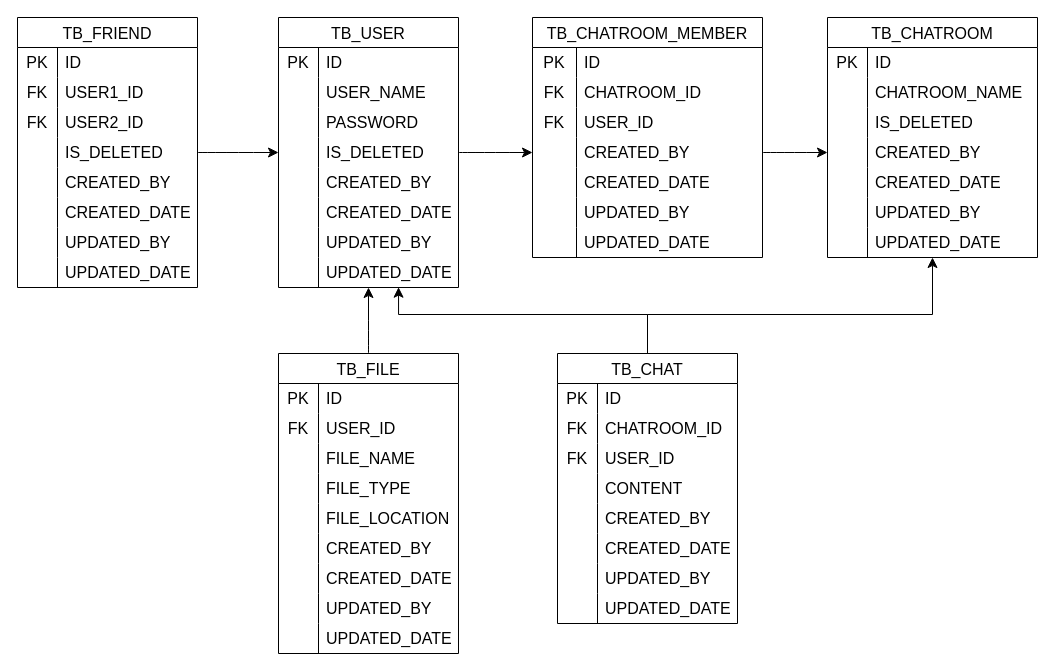
Before: chatteer_db.drawio in chatteer/docs, a draw.io diagram. Source tidied: cells renumbered, new cells numbered last; positions are measured from the earlier drawing's top-left corner, leaving out a move shared by most shapes. Both pictures are drawn from the tidied source at 100%, with x=0, y=0 at pixel (17, 17).
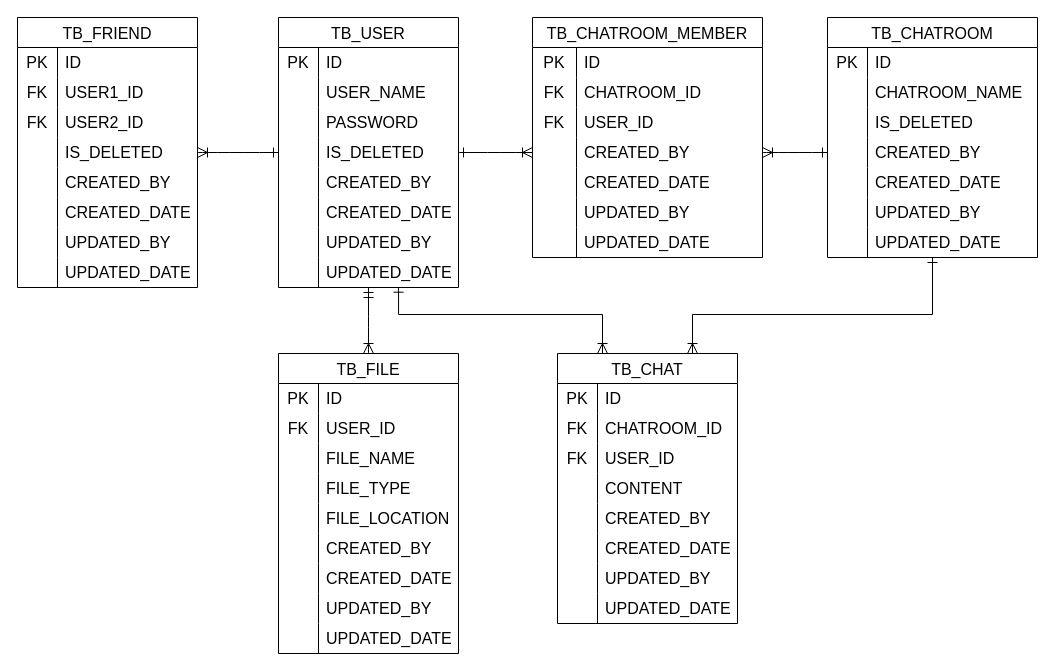
The same diagram, later.

The change refers to these unchanged cells:
```xml
<mxCell id="12" style="shape=tableRow;horizontal=0;startSize=0;swimlaneHead=0;swimlaneBody=0;top=0;left=0;bottom=0;right=0;fillColor=none;points=[[0,0.5],[1,0.5]];portConstraint=eastwest;strokeColor=inherit;fontSize=16;" parent="2" vertex="1">
  <mxGeometry y="120" width="180" height="30" as="geometry" />
</mxCell>
<mxCell id="24" style="shape=tableRow;horizontal=0;startSize=0;swimlaneHead=0;swimlaneBody=0;top=0;left=0;bottom=0;right=0;fillColor=none;points=[[0,0.5],[1,0.5]];portConstraint=eastwest;strokeColor=inherit;fontSize=16;" parent="2" vertex="1">
  <mxGeometry y="240" width="180" height="30" as="geometry" />
</mxCell>
<mxCell id="37" style="shape=tableRow;horizontal=0;startSize=0;swimlaneHead=0;swimlaneBody=0;top=0;left=0;bottom=0;right=0;fillColor=none;points=[[0,0.5],[1,0.5]];portConstraint=eastwest;strokeColor=inherit;fontSize=16;" parent="27" vertex="1">
  <mxGeometry y="120" width="180" height="30" as="geometry" />
</mxCell>
<mxCell id="52" value="TB_CHATROOM" style="shape=table;startSize=30;childLayout=tableLayout;rowLines=0;fontStyle=0;strokeColor=default;fontSize=16;" parent="1" vertex="1">
  <mxGeometry x="810" width="210" height="240" as="geometry" />
</mxCell>
<mxCell id="62" style="shape=tableRow;horizontal=0;startSize=0;swimlaneHead=0;swimlaneBody=0;top=0;left=0;bottom=0;right=0;fillColor=none;points=[[0,0.5],[1,0.5]];portConstraint=eastwest;strokeColor=inherit;fontSize=16;" parent="52" vertex="1">
  <mxGeometry y="120" width="210" height="30" as="geometry" />
</mxCell>
<mxCell id="84" style="shape=tableRow;horizontal=0;startSize=0;swimlaneHead=0;swimlaneBody=0;top=0;left=0;bottom=0;right=0;fillColor=none;points=[[0,0.5],[1,0.5]];portConstraint=eastwest;strokeColor=inherit;fontSize=16;" parent="74" vertex="1">
  <mxGeometry y="120" width="230" height="30" as="geometry" />
</mxCell>
<mxCell id="98" value="TB_CHAT" style="shape=table;startSize=30;childLayout=tableLayout;rowLines=0;fontStyle=0;strokeColor=default;fontSize=16;" parent="1" vertex="1">
  <mxGeometry x="540" y="336" width="180" height="270" as="geometry" />
</mxCell>
<mxCell id="124" value="TB_FILE" style="shape=table;startSize=30;childLayout=tableLayout;rowLines=0;fontStyle=0;strokeColor=default;fontSize=16;" parent="1" vertex="1">
  <mxGeometry x="261" y="336" width="180" height="300" as="geometry" />
</mxCell>
```

Diff of the diagram source:
```diff
@@
-    <mxCell id="96" style="edgeStyle=elbowEdgeStyle;rounded=0;jettySize=auto;html=1;exitX=0.5;exitY=0;exitDx=0;exitDy=0;fontSize=12;startSize=8;endSize=8;elbow=vertical;entryX=0.667;entryY=0.99;entryDx=0;entryDy=0;entryPerimeter=0;" parent="1" edge="1" source="98" target="24">
+    <mxCell id="96" style="edgeStyle=elbowEdgeStyle;rounded=0;jettySize=auto;html=1;exitX=0.25;exitY=0;exitDx=0;exitDy=0;fontSize=12;startSize=8;endSize=8;elbow=vertical;entryX=0.667;entryY=0.99;entryDx=0;entryDy=0;entryPerimeter=0;startArrow=ERoneToMany;startFill=0;endArrow=ERone;endFill=0;" parent="1" edge="1" source="98" target="24">
       <mxGeometry relative="1" as="geometry">
         <Array as="points">
           <mxPoint x="490" y="297" />
         </Array>
       </mxGeometry>
     </mxCell>
-    <mxCell id="97" style="edgeStyle=orthogonalEdgeStyle;rounded=0;jettySize=auto;html=1;exitX=0.5;exitY=0;exitDx=0;exitDy=0;fontSize=12;startSize=8;endSize=8;entryX=0.5;entryY=1;entryDx=0;entryDy=0;" parent="1" edge="1" source="98" target="52">
+    <mxCell id="97" style="edgeStyle=orthogonalEdgeStyle;rounded=0;jettySize=auto;html=1;exitX=0.75;exitY=0;exitDx=0;exitDy=0;fontSize=12;startSize=8;endSize=8;entryX=0.5;entryY=1;entryDx=0;entryDy=0;startArrow=ERoneToMany;startFill=0;endArrow=ERone;endFill=0;" parent="1" edge="1" source="98" target="52">
       <mxGeometry relative="1" as="geometry">
         <Array as="points">
-          <mxPoint x="630" y="297" />
+          <mxPoint x="675" y="297" />
           <mxPoint x="915" y="297" />
         </Array>
       </mxGeometry>
     </mxCell>
@@
-    <mxCell id="123" style="edgeStyle=none;curved=1;rounded=0;jettySize=auto;html=1;exitX=0.5;exitY=0;exitDx=0;exitDy=0;fontSize=12;startSize=8;endSize=8;" parent="1" edge="1" source="124" target="24">
+    <mxCell id="123" style="edgeStyle=none;curved=1;rounded=0;jettySize=auto;html=1;exitX=0.5;exitY=0;exitDx=0;exitDy=0;fontSize=12;startSize=8;endSize=8;startArrow=ERoneToMany;startFill=0;endArrow=ERmandOne;endFill=0;" parent="1" edge="1" source="124" target="24">
       <mxGeometry relative="1" as="geometry" />
     </mxCell>
@@
-    <mxCell id="152" style="edgeStyle=none;curved=1;rounded=0;jettySize=auto;html=1;exitX=1;exitY=0.5;exitDx=0;exitDy=0;fontSize=12;startSize=8;endSize=8;" parent="1" edge="1" source="37" target="12">
+    <mxCell id="152" style="edgeStyle=none;curved=1;rounded=0;jettySize=auto;html=1;exitX=1;exitY=0.5;exitDx=0;exitDy=0;fontSize=12;startSize=8;endSize=8;startArrow=ERoneToMany;startFill=0;endArrow=ERone;endFill=0;" parent="1" edge="1" source="37" target="12">
       <mxGeometry relative="1" as="geometry" />
     </mxCell>
-    <mxCell id="153" style="edgeStyle=none;curved=1;rounded=0;jettySize=auto;html=1;exitX=1;exitY=0.5;exitDx=0;exitDy=0;entryX=0;entryY=0.5;entryDx=0;entryDy=0;fontSize=12;startSize=8;endSize=8;" parent="1" edge="1" source="12" target="84">
+    <mxCell id="153" style="edgeStyle=none;curved=1;rounded=0;jettySize=auto;html=1;exitX=1;exitY=0.5;exitDx=0;exitDy=0;entryX=0;entryY=0.5;entryDx=0;entryDy=0;fontSize=12;startSize=8;endSize=8;startArrow=ERone;startFill=0;endArrow=ERoneToMany;endFill=0;" parent="1" edge="1" source="12" target="84">
       <mxGeometry relative="1" as="geometry" />
     </mxCell>
-    <mxCell id="154" style="edgeStyle=none;curved=1;rounded=0;jettySize=auto;html=1;exitX=1;exitY=0.5;exitDx=0;exitDy=0;entryX=0;entryY=0.5;entryDx=0;entryDy=0;fontSize=12;startSize=8;endSize=8;" parent="1" edge="1" source="84" target="62">
+    <mxCell id="154" style="edgeStyle=none;curved=1;rounded=0;jettySize=auto;html=1;exitX=1;exitY=0.5;exitDx=0;exitDy=0;entryX=0;entryY=0.5;entryDx=0;entryDy=0;fontSize=12;startSize=8;endSize=8;endArrow=ERone;endFill=0;startArrow=ERoneToMany;startFill=0;" parent="1" edge="1" source="84" target="62">
       <mxGeometry relative="1" as="geometry" />
     </mxCell>
```
